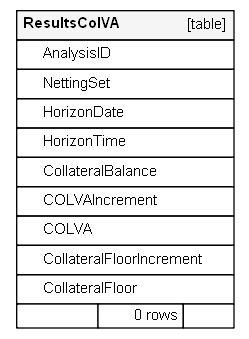
Before: docs/schemaDoc/diagrams/orphans/ResultsColVA.1degree.png, a diagram exported from Graphviz (rkapl123/OreControl). Its source is kept beside it as docs/schemaDoc/diagrams/orphans/ResultsColVA.1degree.dot.
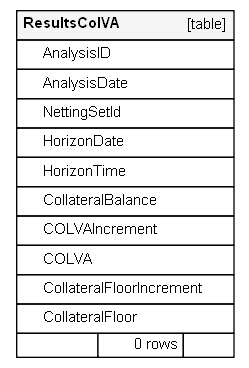
Later version of the same file.

What changed in the source:
```diff
@@ -21,7 +21,8 @@
     <TABLE BORDER="0" CELLBORDER="1" CELLSPACING="0" BGCOLOR="#ffffff">
       <TR><TD COLSPAN="3"  BGCOLOR="#f5f5f5"><TABLE BORDER="0" CELLSPACING="0"><TR><TD ALIGN="LEFT"><B>ResultsColVA</B></TD><TD ALIGN="RIGHT">[table]</TD></TR></TABLE></TD></TR>
       <TR><TD PORT="AnalysisID" COLSPAN="3" ALIGN="LEFT"><TABLE BORDER="0" CELLSPACING="0" ALIGN="LEFT"><TR ALIGN="LEFT"><TD ALIGN="LEFT" FIXEDSIZE="TRUE" WIDTH="15" HEIGHT="16"></TD><TD ALIGN="LEFT" FIXEDSIZE="TRUE" WIDTH="142" HEIGHT="16">AnalysisID</TD></TR></TABLE></TD></TR>
-      <TR><TD PORT="NettingSet" COLSPAN="3" ALIGN="LEFT"><TABLE BORDER="0" CELLSPACING="0" ALIGN="LEFT"><TR ALIGN="LEFT"><TD ALIGN="LEFT" FIXEDSIZE="TRUE" WIDTH="15" HEIGHT="16"></TD><TD ALIGN="LEFT" FIXEDSIZE="TRUE" WIDTH="142" HEIGHT="16">NettingSet</TD></TR></TABLE></TD></TR>
+      <TR><TD PORT="AnalysisDate" COLSPAN="3" ALIGN="LEFT"><TABLE BORDER="0" CELLSPACING="0" ALIGN="LEFT"><TR ALIGN="LEFT"><TD ALIGN="LEFT" FIXEDSIZE="TRUE" WIDTH="15" HEIGHT="16"></TD><TD ALIGN="LEFT" FIXEDSIZE="TRUE" WIDTH="142" HEIGHT="16">AnalysisDate</TD></TR></TABLE></TD></TR>
+      <TR><TD PORT="NettingSetId" COLSPAN="3" ALIGN="LEFT"><TABLE BORDER="0" CELLSPACING="0" ALIGN="LEFT"><TR ALIGN="LEFT"><TD ALIGN="LEFT" FIXEDSIZE="TRUE" WIDTH="15" HEIGHT="16"></TD><TD ALIGN="LEFT" FIXEDSIZE="TRUE" WIDTH="142" HEIGHT="16">NettingSetId</TD></TR></TABLE></TD></TR>
       <TR><TD PORT="HorizonDate" COLSPAN="3" ALIGN="LEFT"><TABLE BORDER="0" CELLSPACING="0" ALIGN="LEFT"><TR ALIGN="LEFT"><TD ALIGN="LEFT" FIXEDSIZE="TRUE" WIDTH="15" HEIGHT="16"></TD><TD ALIGN="LEFT" FIXEDSIZE="TRUE" WIDTH="142" HEIGHT="16">HorizonDate</TD></TR></TABLE></TD></TR>
       <TR><TD PORT="HorizonTime" COLSPAN="3" ALIGN="LEFT"><TABLE BORDER="0" CELLSPACING="0" ALIGN="LEFT"><TR ALIGN="LEFT"><TD ALIGN="LEFT" FIXEDSIZE="TRUE" WIDTH="15" HEIGHT="16"></TD><TD ALIGN="LEFT" FIXEDSIZE="TRUE" WIDTH="142" HEIGHT="16">HorizonTime</TD></TR></TABLE></TD></TR>
       <TR><TD PORT="CollateralBalance" COLSPAN="3" ALIGN="LEFT"><TABLE BORDER="0" CELLSPACING="0" ALIGN="LEFT"><TR ALIGN="LEFT"><TD ALIGN="LEFT" FIXEDSIZE="TRUE" WIDTH="15" HEIGHT="16"></TD><TD ALIGN="LEFT" FIXEDSIZE="TRUE" WIDTH="142" HEIGHT="16">CollateralBalance</TD></TR></TABLE></TD></TR>
```
